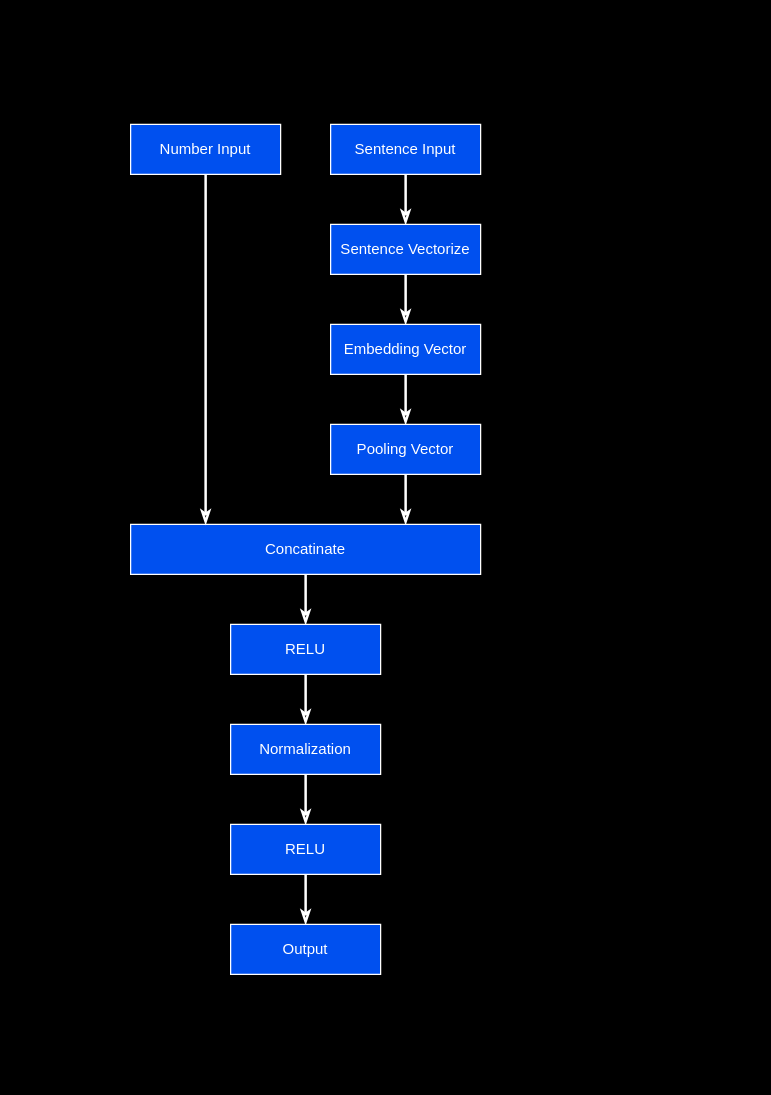
SKovbel/my-py keeps this draw.io diagram as kagle/rent-sales.drawio. Above is the earlier version. Source tidied: cells renumbered, new cells numbered last; positions are measured from the earlier drawing's top-left corner, leaving out a move shared by most shapes. Both pictures are drawn from the tidied source at 125%, with x=0, y=0 at pixel (130, 124).
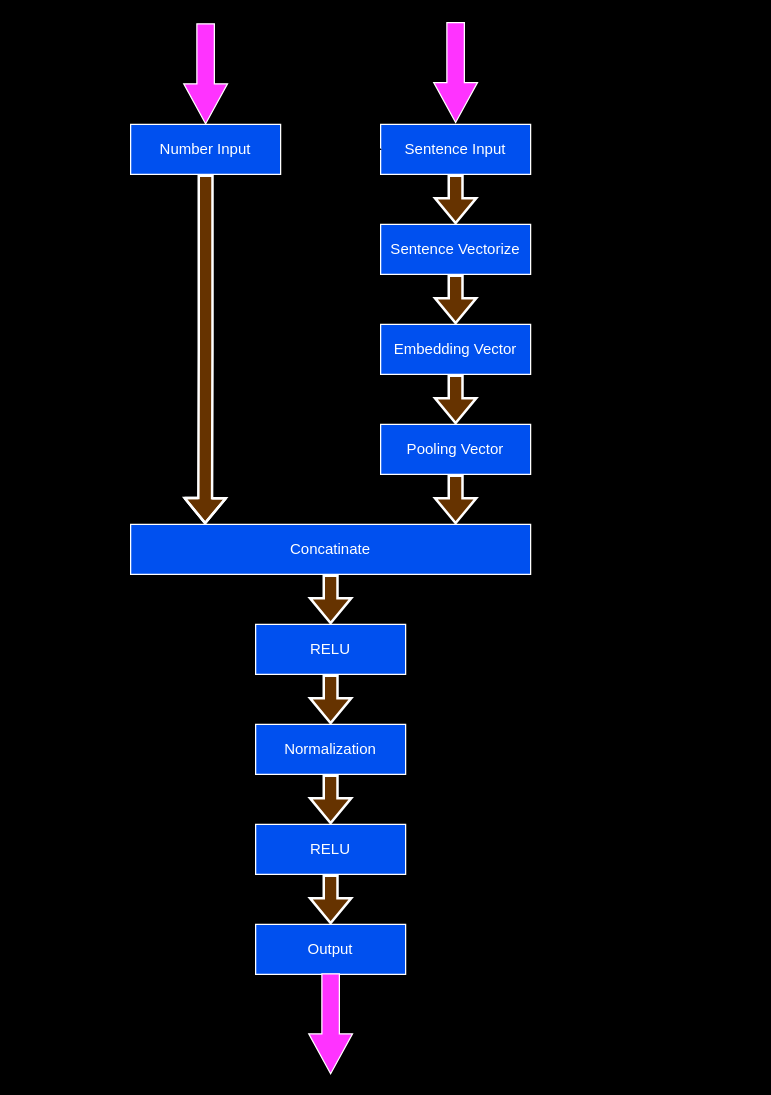
After the change.

Diff of the diagram source:
```diff
@@
-    <mxCell id="2" style="edgeStyle=orthogonalEdgeStyle;rounded=0;jettySize=auto;html=1;strokeColor=#FFFFFF;strokeWidth=2;endArrow=classicThin;endFill=0;" parent="1" edge="1" source="3" target="5">
+    <mxCell id="2" style="edgeStyle=orthogonalEdgeStyle;rounded=0;jettySize=auto;html=1;strokeColor=#FFFFFF;strokeWidth=2;endArrow=classicThin;endFill=0;shape=flexArrow;fillColor=#663300;" parent="1" edge="1" source="3" target="5">
       <mxGeometry relative="1" as="geometry" />
     </mxCell>
+    <mxCell id="22" style="edgeStyle=orthogonalEdgeStyle;rounded=0;sketch=1;hachureGap=4;jiggle=2;curveFitting=1;orthogonalLoop=1;jettySize=auto;html=1;fontFamily=Architects Daughter;" parent="1" edge="1">
+      <mxGeometry relative="1" as="geometry">
+        <mxPoint x="-40" y="90" as="sourcePoint" />
+        <mxPoint x="-80" y="108" as="targetPoint" />
+      </mxGeometry>
+    </mxCell>
+    <mxCell id="23" style="edgeStyle=orthogonalEdgeStyle;rounded=0;sketch=1;hachureGap=4;jiggle=2;curveFitting=1;jettySize=auto;html=1;fontFamily=Architects Daughter;" parent="1" edge="1" source="13">
+      <mxGeometry relative="1" as="geometry">
+        <mxPoint x="-40" y="90" as="targetPoint" />
+      </mxGeometry>
+    </mxCell>
     <mxCell id="3" value="Sentence Input" style="rounded=0;whiteSpace=wrap;html=1;fillColor=#0050ef;fontColor=#ffffff;strokeColor=#FFFFFF;" parent="1" vertex="1">
-      <mxGeometry x="160" width="120" height="40" as="geometry" />
+      <mxGeometry x="200" width="120" height="40" as="geometry" />
     </mxCell>
-    <mxCell id="4" style="edgeStyle=orthogonalEdgeStyle;rounded=0;jettySize=auto;html=1;strokeColor=#FFFFFF;strokeWidth=2;endArrow=classicThin;endFill=0;" parent="1" edge="1" source="5" target="7">
+    <mxCell id="4" style="edgeStyle=orthogonalEdgeStyle;rounded=0;jettySize=auto;html=1;strokeColor=#FFFFFF;strokeWidth=2;endArrow=classicThin;endFill=0;shape=flexArrow;fillColor=#663300;" parent="1" edge="1" source="5" target="7">
       <mxGeometry relative="1" as="geometry" />
     </mxCell>
     <mxCell id="5" value="Sentence Vectorize" style="rounded=0;whiteSpace=wrap;html=1;fillColor=#0050ef;fontColor=#ffffff;strokeColor=#FFFFFF;" parent="1" vertex="1">
-      <mxGeometry x="160" y="80" width="120" height="40" as="geometry" />
+      <mxGeometry x="200" y="80" width="120" height="40" as="geometry" />
     </mxCell>
-    <mxCell id="6" style="edgeStyle=orthogonalEdgeStyle;rounded=0;jettySize=auto;html=1;strokeColor=#FFFFFF;strokeWidth=2;endArrow=classicThin;endFill=0;" parent="1" edge="1" source="7" target="9">
+    <mxCell id="6" style="edgeStyle=orthogonalEdgeStyle;rounded=0;jettySize=auto;html=1;strokeColor=#FFFFFF;strokeWidth=2;endArrow=classicThin;endFill=0;shape=flexArrow;fillColor=#663300;" parent="1" edge="1" source="7" target="9">
       <mxGeometry relative="1" as="geometry" />
     </mxCell>
     <mxCell id="7" value="Embedding Vector" style="rounded=0;whiteSpace=wrap;html=1;fillColor=#0050ef;fontColor=#ffffff;strokeColor=#FFFFFF;" parent="1" vertex="1">
-      <mxGeometry x="160" y="160" width="120" height="40" as="geometry" />
+      <mxGeometry x="200" y="160" width="120" height="40" as="geometry" />
     </mxCell>
-    <mxCell id="8" style="edgeStyle=orthogonalEdgeStyle;rounded=0;jettySize=auto;html=1;strokeColor=#FFFFFF;strokeWidth=2;endArrow=classicThin;endFill=0;" parent="1" edge="1" source="9" target="11">
+    <mxCell id="8" style="edgeStyle=orthogonalEdgeStyle;rounded=0;jettySize=auto;html=1;strokeColor=#FFFFFF;strokeWidth=2;endArrow=classicThin;endFill=0;shape=flexArrow;fillColor=#663300;" parent="1" edge="1" source="9" target="11">
       <mxGeometry relative="1" as="geometry">
         <Array as="points">
           <mxPoint x="260" y="320" />
           <mxPoint x="260" y="320" />
         </Array>
       </mxGeometry>
     </mxCell>
     <mxCell id="9" value="Pooling Vector" style="rounded=0;whiteSpace=wrap;html=1;fillColor=#0050ef;fontColor=#ffffff;strokeColor=#FFFFFF;" parent="1" vertex="1">
-      <mxGeometry x="160" y="240" width="120" height="40" as="geometry" />
+      <mxGeometry x="200" y="240" width="120" height="40" as="geometry" />
     </mxCell>
-    <mxCell id="10" style="edgeStyle=orthogonalEdgeStyle;rounded=0;jettySize=auto;html=1;strokeColor=#FFFFFF;strokeWidth=2;endArrow=classicThin;endFill=0;" parent="1" edge="1" source="11" target="15">
+    <mxCell id="10" style="edgeStyle=orthogonalEdgeStyle;rounded=0;jettySize=auto;html=1;strokeColor=#FFFFFF;strokeWidth=2;endArrow=classicThin;endFill=0;shape=flexArrow;fillColor=#663300;" parent="1" edge="1" source="11" target="15">
       <mxGeometry relative="1" as="geometry" />
     </mxCell>
     <mxCell id="11" value="Concatinate" style="rounded=0;whiteSpace=wrap;html=1;fillColor=#0050ef;fontColor=#ffffff;strokeColor=#FFFFFF;" parent="1" vertex="1">
-      <mxGeometry y="320" width="280" height="40" as="geometry" />
+      <mxGeometry y="320" width="320" height="40" as="geometry" />
     </mxCell>
-    <mxCell id="12" style="edgeStyle=orthogonalEdgeStyle;rounded=0;jettySize=auto;html=1;strokeColor=#FFFFFF;strokeWidth=2;endArrow=classicThin;endFill=0;" parent="1" edge="1" source="13" target="11">
-      <mxGeometry relative="1" as="geometry">
-        <Array as="points">
-          <mxPoint x="60" y="250" />
-          <mxPoint x="60" y="250" />
-        </Array>
-      </mxGeometry>
-    </mxCell>
-    <mxCell id="13" value="Number Input" style="rounded=0;whiteSpace=wrap;html=1;fillColor=#0050ef;fontColor=#ffffff;strokeColor=#FFFFFF;" parent="1" vertex="1">
-      <mxGeometry width="120" height="40" as="geometry" />
-    </mxCell>
+    <mxCell id="24" style="edgeStyle=orthogonalEdgeStyle;rounded=0;sketch=1;hachureGap=4;jiggle=2;curveFitting=1;jettySize=auto;html=1;fontFamily=Architects Daughter;" parent="1" edge="1" source="13">
+      <mxGeometry relative="1" as="geometry">
+        <mxPoint x="-40" y="143" as="targetPoint" />
+      </mxGeometry>
+    </mxCell>
+    <mxCell id="25" style="edgeStyle=orthogonalEdgeStyle;rounded=0;sketch=1;hachureGap=4;jiggle=2;curveFitting=1;orthogonalLoop=1;jettySize=auto;html=1;fontFamily=Architects Daughter;" parent="1" edge="1">
+      <mxGeometry relative="1" as="geometry">
+        <mxPoint x="-40" y="160" as="sourcePoint" />
+        <mxPoint x="-40" y="143" as="targetPoint" />
+      </mxGeometry>
+    </mxCell>
-    <mxCell id="14" style="edgeStyle=orthogonalEdgeStyle;rounded=0;jettySize=auto;html=1;strokeColor=#FFFFFF;strokeWidth=2;endArrow=classicThin;endFill=0;" parent="1" edge="1" source="15" target="17">
+    <mxCell id="14" style="edgeStyle=orthogonalEdgeStyle;rounded=0;jettySize=auto;html=1;strokeColor=#FFFFFF;strokeWidth=2;endArrow=classicThin;endFill=0;shape=flexArrow;fillColor=#663300;" parent="1" edge="1" source="15" target="17">
       <mxGeometry relative="1" as="geometry" />
     </mxCell>
     <mxCell id="15" value="RELU" style="rounded=0;whiteSpace=wrap;html=1;fillColor=#0050ef;fontColor=#ffffff;strokeColor=#FFFFFF;" parent="1" vertex="1">
-      <mxGeometry x="80" y="400" width="120" height="40" as="geometry" />
+      <mxGeometry x="100" y="400" width="120" height="40" as="geometry" />
     </mxCell>
-    <mxCell id="16" style="edgeStyle=orthogonalEdgeStyle;rounded=0;jettySize=auto;html=1;strokeColor=#FFFFFF;strokeWidth=2;endArrow=classicThin;endFill=0;" parent="1" edge="1" source="17" target="19">
+    <mxCell id="16" style="edgeStyle=orthogonalEdgeStyle;rounded=0;jettySize=auto;html=1;strokeColor=#FFFFFF;strokeWidth=2;endArrow=classicThin;endFill=0;shape=flexArrow;fillColor=#663300;" parent="1" edge="1" source="17" target="19">
       <mxGeometry relative="1" as="geometry" />
     </mxCell>
     <mxCell id="17" value="Normalization" style="rounded=0;whiteSpace=wrap;html=1;fillColor=#0050ef;fontColor=#ffffff;strokeColor=#FFFFFF;" parent="1" vertex="1">
-      <mxGeometry x="80" y="480" width="120" height="40" as="geometry" />
+      <mxGeometry x="100" y="480" width="120" height="40" as="geometry" />
     </mxCell>
-    <mxCell id="18" style="edgeStyle=orthogonalEdgeStyle;rounded=0;jettySize=auto;html=1;strokeColor=#FFFFFF;strokeWidth=2;endArrow=classicThin;endFill=0;" parent="1" edge="1" source="19" target="20">
+    <mxCell id="18" style="edgeStyle=orthogonalEdgeStyle;rounded=0;jettySize=auto;html=1;strokeColor=#FFFFFF;strokeWidth=2;endArrow=classicThin;endFill=0;shape=flexArrow;fillColor=#663300;" parent="1" edge="1" source="19" target="20">
       <mxGeometry relative="1" as="geometry" />
     </mxCell>
     <mxCell id="19" value="RELU" style="rounded=0;whiteSpace=wrap;html=1;fillColor=#0050ef;fontColor=#ffffff;strokeColor=#FFFFFF;" parent="1" vertex="1">
-      <mxGeometry x="80" y="560" width="120" height="40" as="geometry" />
+      <mxGeometry x="100" y="560" width="120" height="40" as="geometry" />
     </mxCell>
+    <mxCell id="26" style="edgeStyle=orthogonalEdgeStyle;rounded=0;sketch=1;hachureGap=4;jiggle=2;curveFitting=1;jettySize=auto;html=1;fontFamily=Architects Daughter;" parent="1" edge="1" source="20" target="29">
+      <mxGeometry relative="1" as="geometry" />
+    </mxCell>
     <mxCell id="20" value="Output" style="rounded=0;whiteSpace=wrap;html=1;fillColor=#0050ef;fontColor=#ffffff;strokeColor=#FFFFFF;" parent="1" vertex="1">
-      <mxGeometry x="80" y="640" width="120" height="40" as="geometry" />
+      <mxGeometry x="100" y="640" width="120" height="40" as="geometry" />
     </mxCell>
@@
+    <mxCell id="27" style="edgeStyle=orthogonalEdgeStyle;rounded=0;sketch=1;hachureGap=4;jiggle=2;curveFitting=1;jettySize=auto;html=1;fontFamily=Architects Daughter;" parent="1" edge="1" source="3">
+      <mxGeometry relative="1" as="geometry">
+        <mxPoint x="-40" y="90" as="targetPoint" />
+      </mxGeometry>
+    </mxCell>
+    <mxCell id="28" style="edgeStyle=orthogonalEdgeStyle;rounded=0;sketch=1;hachureGap=4;jiggle=2;curveFitting=1;jettySize=auto;html=1;fontFamily=Architects Daughter;" parent="1" edge="1" source="13">
+      <mxGeometry relative="1" as="geometry">
+        <mxPoint x="-39" y="160" as="targetPoint" />
+        <Array as="points">
+          <mxPoint x="-39" y="180" />
+          <mxPoint x="-39" y="143" />
+        </Array>
+      </mxGeometry>
+    </mxCell>
+    <mxCell id="29" style="shape=singleArrow;whiteSpace=wrap;html=1;arrowWidth=0.4;arrowSize=0.4;fillColor=#FF33FF;strokeColor=#FFFFFF;fontColor=#ffffff;rounded=0;rotation=90;" parent="1" vertex="1">
+      <mxGeometry x="120" y="702" width="80" height="35" as="geometry" />
+    </mxCell>
+    <mxCell id="30" style="edgeStyle=orthogonalEdgeStyle;rounded=0;sketch=1;hachureGap=4;jiggle=2;curveFitting=1;jettySize=auto;html=1;fontFamily=Architects Daughter;" parent="1" edge="1" source="3" target="13">
+      <mxGeometry relative="1" as="geometry" />
+    </mxCell>
+    <mxCell id="13" value="Number Input" style="rounded=0;whiteSpace=wrap;html=1;fillColor=#0050ef;fontColor=#ffffff;strokeColor=#FFFFFF;" parent="1" vertex="1">
+      <mxGeometry width="120" height="40" as="geometry" />
+    </mxCell>
+    <mxCell id="31" style="edgeStyle=orthogonalEdgeStyle;rounded=0;jettySize=auto;html=1;strokeColor=#FFFFFF;strokeWidth=2;endArrow=classicThin;endFill=0;shape=flexArrow;fillColor=#663300;exitX=0.5;exitY=1;exitDx=0;exitDy=0;" parent="1" edge="1" source="13">
+      <mxGeometry relative="1" as="geometry">
+        <mxPoint x="59.6" y="320" as="targetPoint" />
+      </mxGeometry>
+    </mxCell>
+    <mxCell id="32" style="shape=singleArrow;whiteSpace=wrap;html=1;arrowWidth=0.4;arrowSize=0.4;fillColor=#FF33FF;strokeColor=#FFFFFF;fontColor=#ffffff;rounded=0;rotation=90;" parent="1" vertex="1">
+      <mxGeometry x="20" y="-58" width="80" height="35" as="geometry" />
+    </mxCell>
+    <mxCell id="33" style="shape=singleArrow;whiteSpace=wrap;html=1;arrowWidth=0.4;arrowSize=0.4;fillColor=#FF33FF;strokeColor=#FFFFFF;fontColor=#ffffff;rounded=0;rotation=90;" parent="1" vertex="1">
+      <mxGeometry x="220" y="-59" width="80" height="35" as="geometry" />
+    </mxCell>
```
